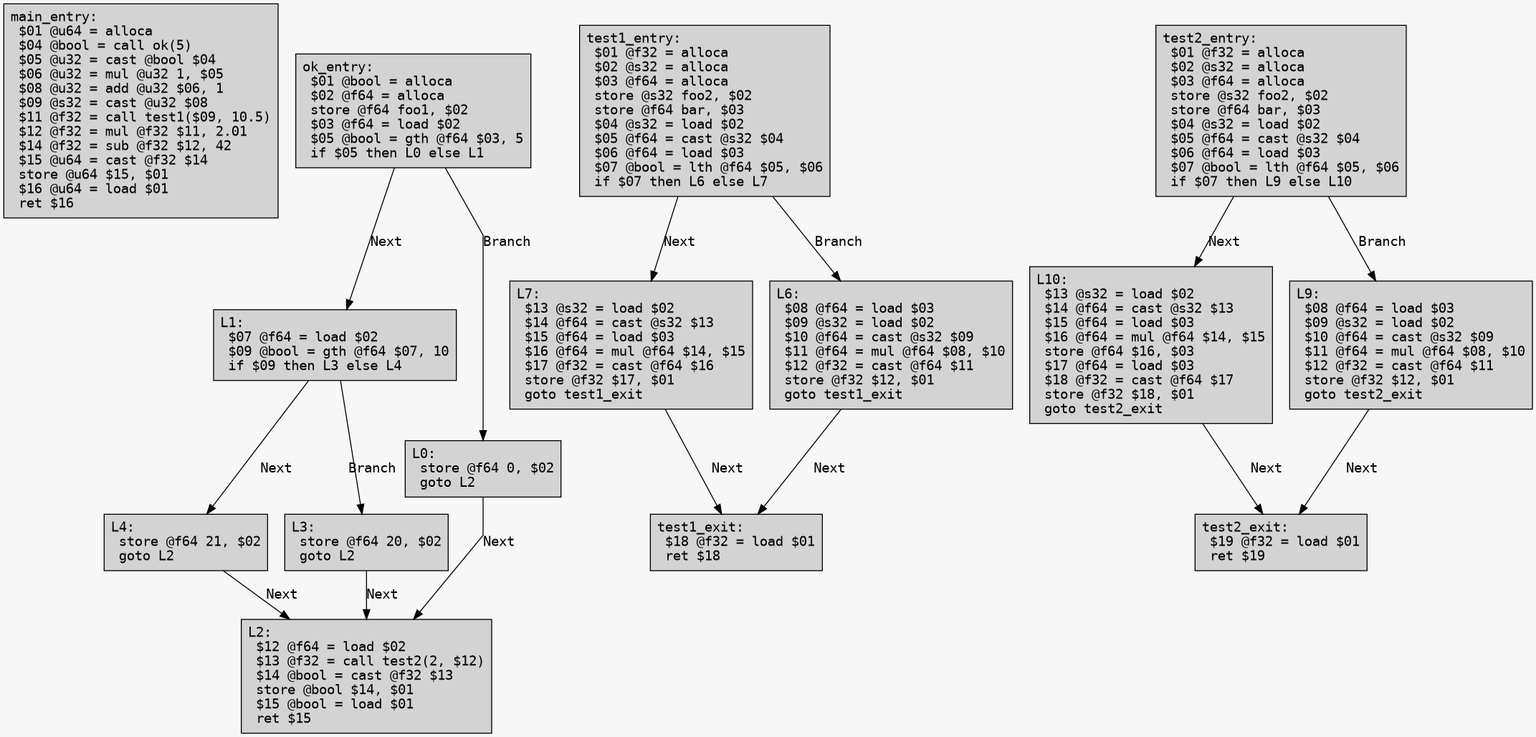
This is example/test_opt.png from Excse/arkoi_language, a Graphviz export, as it was before one commit. Its source is kept beside it as example/test_opt.dot.
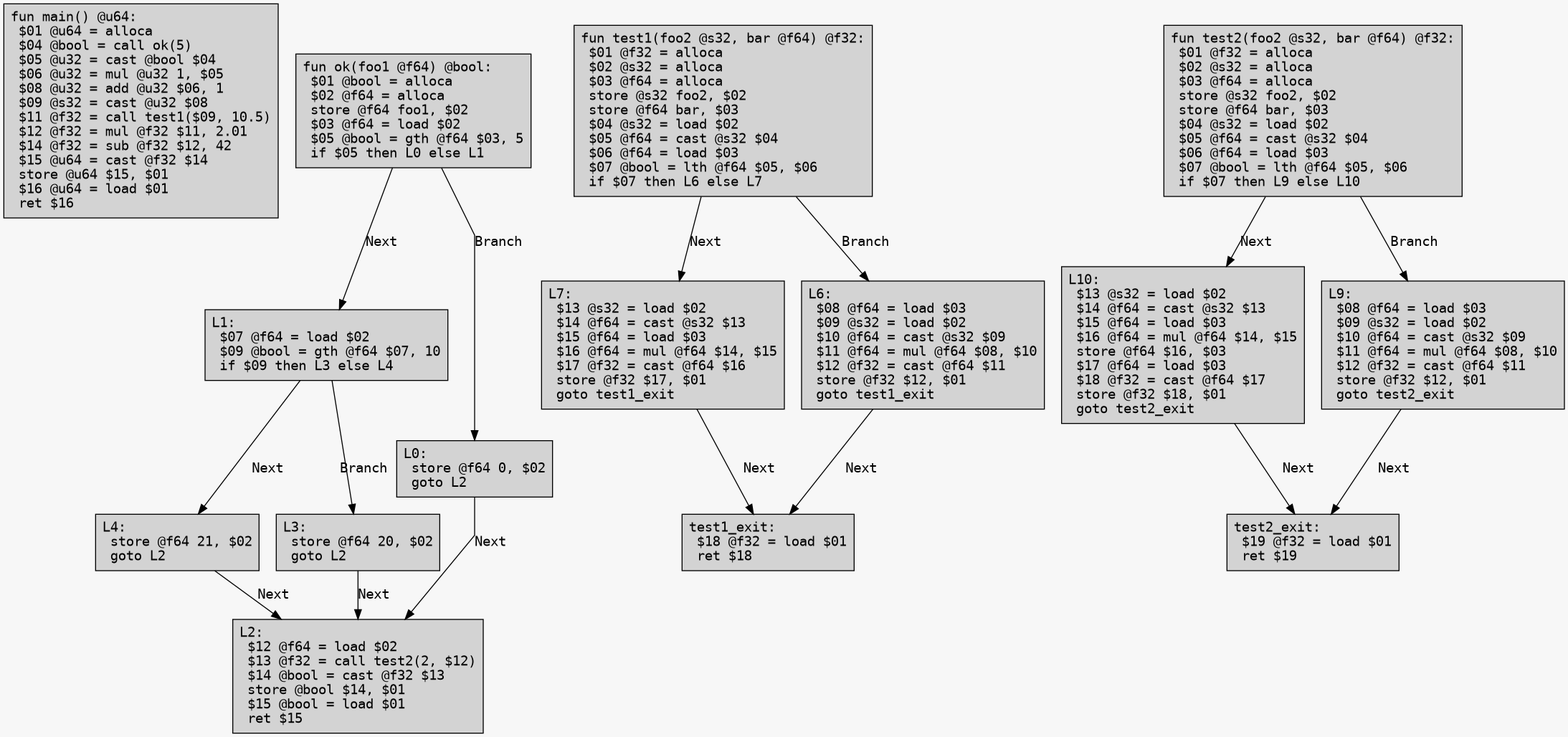
Above is the later version.

Diff of the diagram source:
```diff
@@ -5,8 +5,8 @@
 	bgcolor = "#f7f7f7";
 	splines = false;
 
-	main_entry [label="main_entry:\l $01 @u64 = alloca\l $04 @bool = call ok(5)\l $05 @u32 = cast @bool $04\l $06 @u32 = mul @u32 1, $05\l $08 @u32 = add @u32 $06, 1\l $09 @s32 = cast @u32 $08\l $11 @f32 = call test1($09, 10.5)\l $12 @f32 = mul @f32 $11, 2.01\l $14 @f32 = sub @f32 $12, 42\l $15 @u64 = cast @f32 $14\l store @u64 $15, $01\l $16 @u64 = load $01\l ret $16\l"];
-	ok_entry [label="ok_entry:\l $01 @bool = alloca\l $02 @f64 = alloca\l store @f64 foo1, $02\l $03 @f64 = load $02\l $05 @bool = gth @f64 $03, 5\l if $05 then L0 else L1\l"];
+	main_entry [label="fun main() @u64:\l $01 @u64 = alloca\l $04 @bool = call ok(5)\l $05 @u32 = cast @bool $04\l $06 @u32 = mul @u32 1, $05\l $08 @u32 = add @u32 $06, 1\l $09 @s32 = cast @u32 $08\l $11 @f32 = call test1($09, 10.5)\l $12 @f32 = mul @f32 $11, 2.01\l $14 @f32 = sub @f32 $12, 42\l $15 @u64 = cast @f32 $14\l store @u64 $15, $01\l $16 @u64 = load $01\l ret $16\l"];
+	ok_entry [label="fun ok(foo1 @f64) @bool:\l $01 @bool = alloca\l $02 @f64 = alloca\l store @f64 foo1, $02\l $03 @f64 = load $02\l $05 @bool = gth @f64 $03, 5\l if $05 then L0 else L1\l"];
 	ok_entry -> L1 [label="Next"];
 	ok_entry -> L0 [label="Branch"];
 	L1 [label="L1:\l $07 @f64 = load $02\l $09 @bool = gth @f64 $07, 10\l if $09 then L3 else L4\l"];
@@ -19,7 +19,7 @@
 	L0 [label="L0:\l store @f64 0, $02\l goto L2\l"];
 	L0 -> L2 [label="Next"];
 	L2 [label="L2:\l $12 @f64 = load $02\l $13 @f32 = call test2(2, $12)\l $14 @bool = cast @f32 $13\l store @bool $14, $01\l $15 @bool = load $01\l ret $15\l"];
-	test1_entry [label="test1_entry:\l $01 @f32 = alloca\l $02 @s32 = alloca\l $03 @f64 = alloca\l store @s32 foo2, $02\l store @f64 bar, $03\l $04 @s32 = load $02\l $05 @f64 = cast @s32 $04\l $06 @f64 = load $03\l $07 @bool = lth @f64 $05, $06\l if $07 then L6 else L7\l"];
+	test1_entry [label="fun test1(foo2 @s32, bar @f64) @f32:\l $01 @f32 = alloca\l $02 @s32 = alloca\l $03 @f64 = alloca\l store @s32 foo2, $02\l store @f64 bar, $03\l $04 @s32 = load $02\l $05 @f64 = cast @s32 $04\l $06 @f64 = load $03\l $07 @bool = lth @f64 $05, $06\l if $07 then L6 else L7\l"];
 	test1_entry -> L7 [label="Next"];
 	test1_entry -> L6 [label="Branch"];
 	L7 [label="L7:\l $13 @s32 = load $02\l $14 @f64 = cast @s32 $13\l $15 @f64 = load $03\l $16 @f64 = mul @f64 $14, $15\l $17 @f32 = cast @f64 $16\l store @f32 $17, $01\l goto test1_exit\l"];
@@ -27,7 +27,7 @@
 	L6 [label="L6:\l $08 @f64 = load $03\l $09 @s32 = load $02\l $10 @f64 = cast @s32 $09\l $11 @f64 = mul @f64 $08, $10\l $12 @f32 = cast @f64 $11\l store @f32 $12, $01\l goto test1_exit\l"];
 	L6 -> test1_exit [label="Next"];
 	test1_exit [label="test1_exit:\l $18 @f32 = load $01\l ret $18\l"];
-	test2_entry [label="test2_entry:\l $01 @f32 = alloca\l $02 @s32 = alloca\l $03 @f64 = alloca\l store @s32 foo2, $02\l store @f64 bar, $03\l $04 @s32 = load $02\l $05 @f64 = cast @s32 $04\l $06 @f64 = load $03\l $07 @bool = lth @f64 $05, $06\l if $07 then L9 else L10\l"];
+	test2_entry [label="fun test2(foo2 @s32, bar @f64) @f32:\l $01 @f32 = alloca\l $02 @s32 = alloca\l $03 @f64 = alloca\l store @s32 foo2, $02\l store @f64 bar, $03\l $04 @s32 = load $02\l $05 @f64 = cast @s32 $04\l $06 @f64 = load $03\l $07 @bool = lth @f64 $05, $06\l if $07 then L9 else L10\l"];
 	test2_entry -> L10 [label="Next"];
 	test2_entry -> L9 [label="Branch"];
 	L10 [label="L10:\l $13 @s32 = load $02\l $14 @f64 = cast @s32 $13\l $15 @f64 = load $03\l $16 @f64 = mul @f64 $14, $15\l store @f64 $16, $03\l $17 @f64 = load $03\l $18 @f32 = cast @f64 $17\l store @f32 $18, $01\l goto test2_exit\l"];
```
